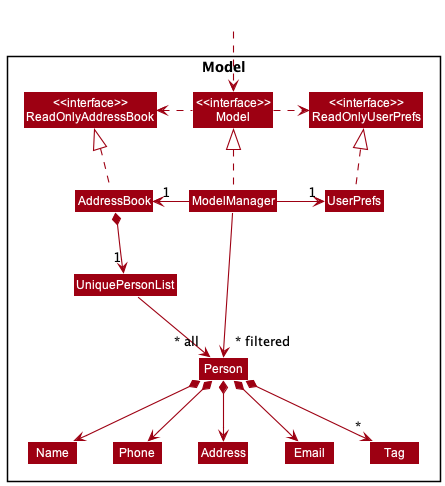
Before: docs/images/ModelClassDiagram.png, a diagram exported from PlantUML (nus-cs2103-AY2223S1/tp).
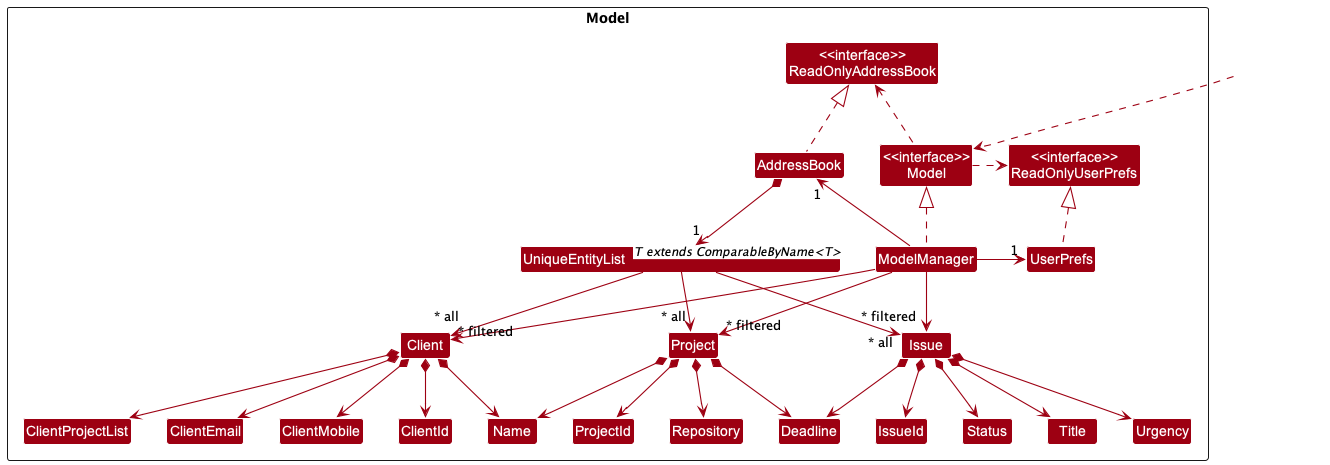
After the change.

Commit message:
Edit Model component and class diagram in DG Add MarkSequenceDiagram in DG

Diff of the diagram source:
```diff
@@ -12,13 +12,22 @@
 Class ModelManager
 Class UserPrefs
 
-Class UniquePersonList
-Class Person
-Class Address
-Class Email
+Class UniqueEntityList <T extends ComparableByName<T>>
+Class Client
+Class ClientEmail
 Class Name
-Class Phone
-Class Tag
+Class ClientMobile
+Class ClientId
+Class ClientProjectList
+Class Project
+Class ProjectId
+Class Repository
+Class Deadline
+Class Issue
+Class IssueId
+Class Status
+Class Title
+Class Urgency
 
 }
 
@@ -34,17 +43,29 @@
 ModelManager -right-> "1" UserPrefs
 UserPrefs .up.|> ReadOnlyUserPrefs
 
-AddressBook *--> "1" UniquePersonList
-UniquePersonList --> "~* all" Person
-Person *--> Name
-Person *--> Phone
-Person *--> Email
-Person *--> Address
-Person *--> "*" Tag
+AddressBook *--> "1" UniqueEntityList
+UniqueEntityList --> "~* all" Client
+UniqueEntityList --> "~* all" Project
+UniqueEntityList --> "~* all" Issue
 
-Name -[hidden]right-> Phone
-Phone -[hidden]right-> Address
-Address -[hidden]right-> Email
+Client *--> Name
+Client *--> ClientMobile
+Client *--> ClientEmail
+Client *--> ClientId
+Client *--> ClientProjectList
 
-ModelManager -->"~* filtered" Person
+Project *--> Name
+Project *--> ProjectId
+Project *--> Repository
+Project *--> Deadline
+
+Issue *--> IssueId
+Issue *--> Status
+Issue *--> Title
+Issue *--> Deadline
+Issue *--> Urgency
+
+ModelManager -->"~* filtered" Client
+ModelManager -->"~* filtered" Project
+ModelManager -->"~* filtered" Issue
 @enduml
```
